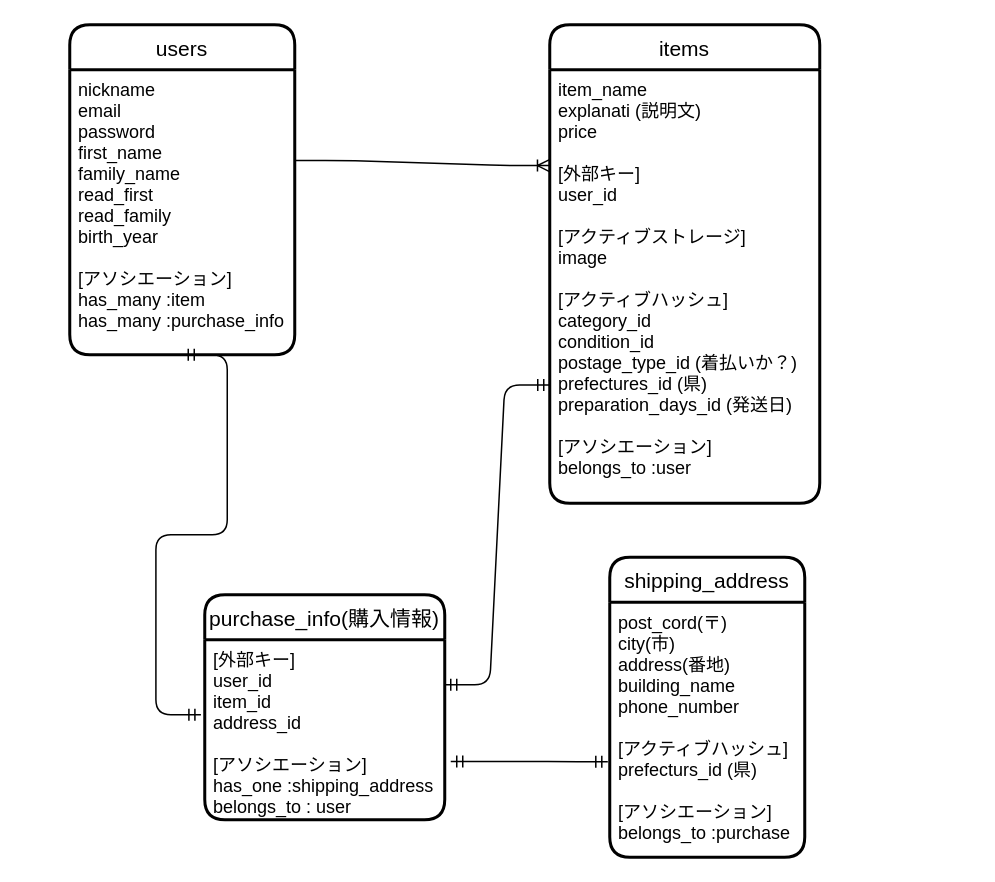
tydshun/furima-33491 keeps this draw.io diagram as furima.dio. Above is the earlier version. Source tidied: cells renumbered, new cells numbered last; positions are measured from the earlier drawing's top-left corner, leaving out a move shared by most shapes. Both pictures are drawn from the tidied source at 150%, with x=0, y=0 at pixel (69, 24).
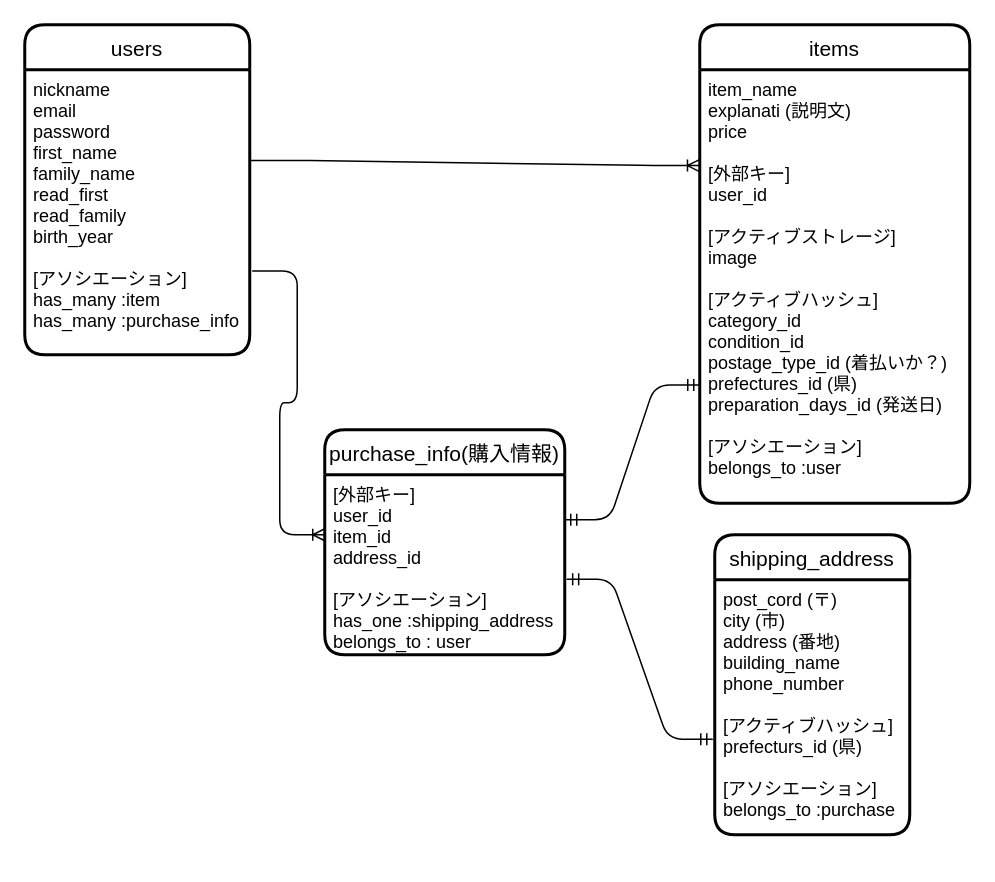
Above is the later version.

Commit message (it also covers changes not shown here):
ER図、READMEの作成

What changed in the source:
```diff
@@
 <mxGraphModel>
   <root>
     <mxCell id="0" />
     <mxCell id="1" parent="0" />
     <mxCell id="2" value="users" style="swimlane;horizontal=1;startSize=30;rounded=1;fontSize=14;fontStyle=0;strokeWidth=2;shadow=0;dashed=0;align=center;" parent="1" vertex="1">
-      <mxGeometry width="150" height="220" as="geometry" />
+      <mxGeometry x="-30" width="150" height="220" as="geometry" />
     </mxCell>
     <mxCell id="3" value="nickname&#10;email&#10;password&#10;first_name&#10;family_name&#10;read_first&#10;read_family&#10;birth_year&#10;&#10;[アソシエーション]&#10;has_many :item&#10;has_many :purchase_info&#10;&#10;" style="align=left;strokeColor=none;fillColor=none;spacingLeft=4;fontSize=12;verticalAlign=top;" parent="2" vertex="1">
       <mxGeometry y="30" width="150" height="190" as="geometry" />
     </mxCell>
     <mxCell id="4" style="edgeStyle=orthogonalEdgeStyle;rounded=0;orthogonalLoop=1;jettySize=auto;html=1;exitX=0.5;exitY=1;exitDx=0;exitDy=0;" parent="2" edge="1" source="3" target="3">
       <mxGeometry relative="1" as="geometry" />
     </mxCell>
     <mxCell id="5" value="items" style="swimlane;horizontal=1;startSize=30;rounded=1;fontSize=14;fontStyle=0;strokeWidth=2;shadow=0;dashed=0;align=center;" parent="1" vertex="1">
-      <mxGeometry x="320" width="180" height="319" as="geometry" />
+      <mxGeometry x="420" width="180" height="319" as="geometry" />
     </mxCell>
     <mxCell id="6" value="item_name&#10;explanati (説明文)&#10;price&#10;&#10;[外部キー]&#10;user_id&#10;&#10;[アクティブストレージ]&#10;image&#10;&#10;[アクティブハッシュ]&#10;category_id&#10;condition_id&#10;postage_type_id (着払いか？)&#10;prefectures_id (県)&#10;preparation_days_id (発送日)&#10;&#10;[アソシエーション]&#10;belongs_to :user&#10;&#10;&#10;&#10;&#10;" style="align=left;strokeColor=none;fillColor=none;spacingLeft=4;fontSize=12;verticalAlign=top;" parent="5" vertex="1">
       <mxGeometry y="30" width="180" height="289" as="geometry" />
     </mxCell>
     <mxCell id="7" value="shipping_address" style="swimlane;horizontal=1;startSize=30;rounded=1;fontSize=14;fontStyle=0;strokeWidth=2;shadow=0;dashed=0;align=center;" parent="1" vertex="1">
-      <mxGeometry x="360" y="355" width="130" height="200" as="geometry" />
+      <mxGeometry x="430" y="340" width="130" height="200" as="geometry" />
     </mxCell>
-    <mxCell id="8" value="post_cord(〒)&#10;city(市)&#10;address(番地)&#10;building_name&#10;phone_number&#10;&#10;[アクティブハッシュ]&#10;prefecturs_id (県)&#10;&#10;[アソシエーション]&#10;belongs_to :purchase" style="align=left;strokeColor=none;fillColor=none;spacingLeft=4;fontSize=12;verticalAlign=top;" parent="7" vertex="1">
+    <mxCell id="8" value="post_cord (〒)&#10;city (市)&#10;address (番地)&#10;building_name&#10;phone_number&#10;&#10;[アクティブハッシュ]&#10;prefecturs_id (県)&#10;&#10;[アソシエーション]&#10;belongs_to :purchase" style="align=left;strokeColor=none;fillColor=none;spacingLeft=4;fontSize=12;verticalAlign=top;" parent="7" vertex="1">
       <mxGeometry y="30" width="130" height="170" as="geometry" />
     </mxCell>
     <mxCell id="9" value="purchase_info(購入情報)" style="swimlane;horizontal=1;startSize=30;rounded=1;fontSize=14;fontStyle=0;strokeWidth=2;shadow=0;dashed=0;align=center;" parent="1" vertex="1">
-      <mxGeometry x="90" y="380" width="160" height="150" as="geometry" />
+      <mxGeometry x="170" y="270" width="160" height="150" as="geometry" />
     </mxCell>
     <mxCell id="10" value="[外部キー]&#10;user_id&#10;item_id&#10;address_id&#10;&#10;[アソシエーション]&#10;has_one :shipping_address&#10;belongs_to : user" style="align=left;strokeColor=none;fillColor=none;spacingLeft=4;fontSize=12;verticalAlign=top;" parent="9" vertex="1">
       <mxGeometry y="30" width="160" height="120" as="geometry" />
     </mxCell>
     <mxCell id="11" style="edgeStyle=entityRelationEdgeStyle;fontSize=12;html=1;endArrow=ERoneToMany;exitX=1.002;exitY=0.318;exitDx=0;exitDy=0;exitPerimeter=0;entryX=-0.001;entryY=0.221;entryDx=0;entryDy=0;entryPerimeter=0;" parent="1" edge="1" source="3" target="6">
       <mxGeometry relative="1" as="geometry" />
     </mxCell>
     <mxCell id="12" style="edgeStyle=entityRelationEdgeStyle;fontSize=12;html=1;endArrow=ERmandOne;startArrow=ERmandOne;entryX=0;entryY=0.727;entryDx=0;entryDy=0;entryPerimeter=0;exitX=1;exitY=0.25;exitDx=0;exitDy=0;" parent="1" edge="1" source="10" target="6">
       <mxGeometry relative="1" as="geometry" />
     </mxCell>
-    <mxCell id="13" style="edgeStyle=entityRelationEdgeStyle;fontSize=12;html=1;endArrow=ERmandOne;startArrow=ERmandOne;entryX=-0.016;entryY=0.417;entryDx=0;entryDy=0;entryPerimeter=0;exitX=0.5;exitY=1;exitDx=0;exitDy=0;" parent="1" edge="1" source="3" target="10">
-      <mxGeometry relative="1" as="geometry" />
-    </mxCell>
-    <mxCell id="14" style="edgeStyle=entityRelationEdgeStyle;fontSize=12;html=1;endArrow=ERmandOne;startArrow=ERmandOne;entryX=-0.01;entryY=0.625;entryDx=0;entryDy=0;entryPerimeter=0;exitX=1.025;exitY=0.676;exitDx=0;exitDy=0;exitPerimeter=0;" parent="1" edge="1" source="10" target="8">
+    <mxCell id="14" style="edgeStyle=entityRelationEdgeStyle;fontSize=12;html=1;endArrow=ERmandOne;startArrow=ERmandOne;entryX=-0.01;entryY=0.625;entryDx=0;entryDy=0;entryPerimeter=0;exitX=1.008;exitY=0.581;exitDx=0;exitDy=0;exitPerimeter=0;" parent="1" edge="1" source="10" target="8">
       <mxGeometry relative="1" as="geometry" />
     </mxCell>
+    <mxCell id="15" style="edgeStyle=entityRelationEdgeStyle;fontSize=12;html=1;endArrow=ERoneToMany;exitX=1.011;exitY=0.706;exitDx=0;exitDy=0;exitPerimeter=0;" parent="1" edge="1" source="3">
+      <mxGeometry relative="1" as="geometry">
+        <mxPoint x="170" y="340" as="targetPoint" />
+      </mxGeometry>
+    </mxCell>
   </root>
 </mxGraphModel>
```
